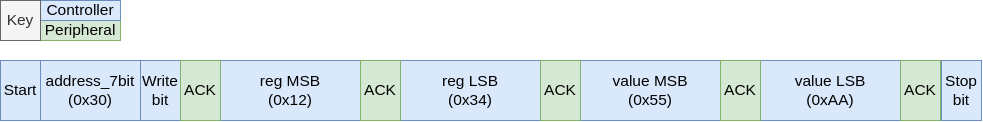
AdamVeazey/edf keeps this draw.io diagram as docs/modules/peripherals/images/I2C_Controller_Write_16_Bit_Register.png. Above is the earlier version. Source tidied: cells renumbered, new cells last; positions are measured from the earlier drawing's top-left corner, leaving out a move shared by most shapes.
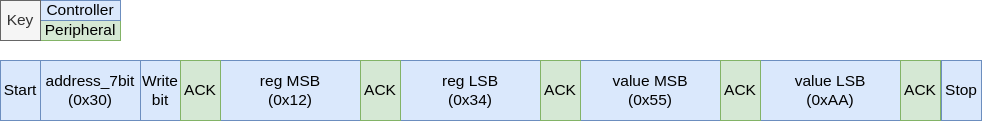
The same diagram one commit later.

Commit message:
Update images to not say 'stop bit' but just 'stop' instead

Change to the diagram source:
```diff
@@ -47,7 +47,7 @@
     <mxCell id="16" value="ACK" style="rounded=0;whiteSpace=wrap;html=1;fontSize=15.5;fillColor=#d5e8d4;strokeColor=#82b366;fontFamily=Helvetica;labelBorderColor=none;" parent="1" vertex="1">
       <mxGeometry x="900" y="60" width="40" height="60" as="geometry" />
     </mxCell>
-    <mxCell id="17" value="Stop&lt;br style=&quot;font-size: 15.5px;&quot;&gt;bit" style="rounded=0;whiteSpace=wrap;html=1;fontSize=15.5;fillColor=#dae8fc;strokeColor=#6c8ebf;" parent="1" vertex="1">
+    <mxCell id="17" value="Stop" style="rounded=0;whiteSpace=wrap;html=1;fontSize=15.5;fillColor=#dae8fc;strokeColor=#6c8ebf;" parent="1" vertex="1">
       <mxGeometry x="941" y="60" width="40" height="60" as="geometry" />
     </mxCell>
   </root>
```
